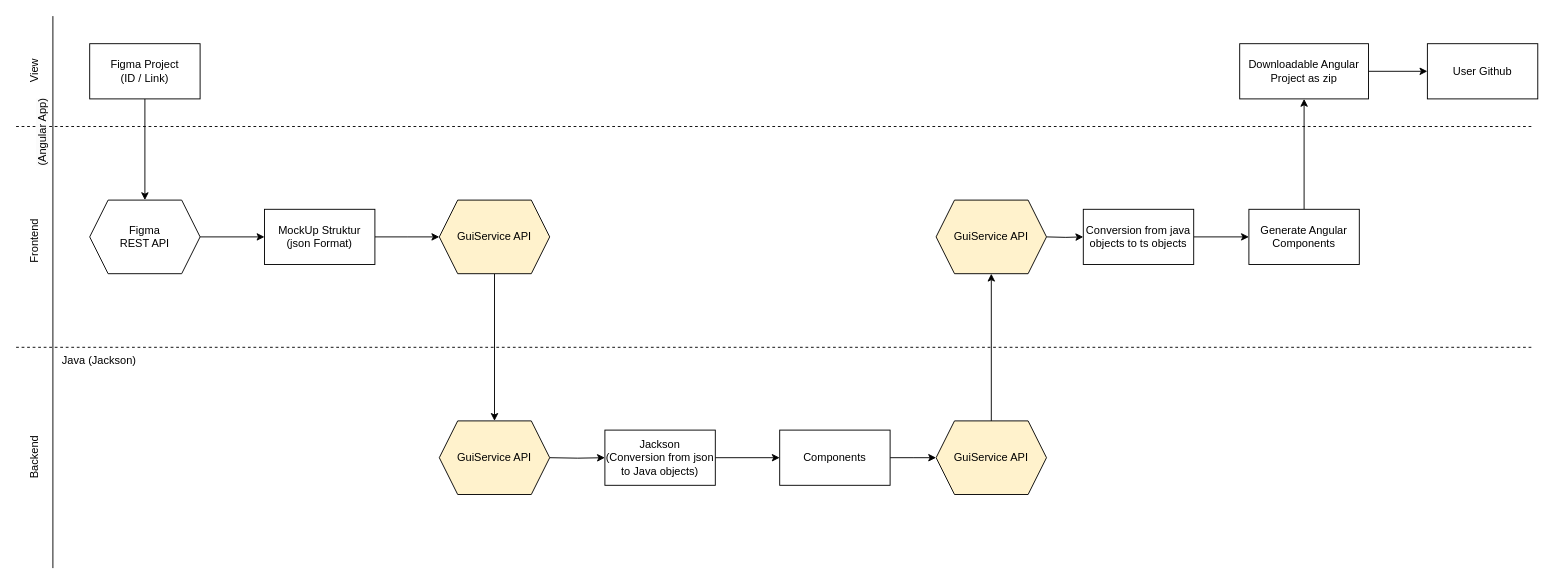
Before: diagrams/HighLevel_guiService.drawio in vlad961/gui-service, a draw.io diagram. Source tidied: cells renumbered, new cells numbered last; positions are measured from the earlier drawing's top-left corner, leaving out a move shared by most shapes. Both pictures are drawn from the tidied source at 92%, with x=0, y=0 at pixel (2, 16).
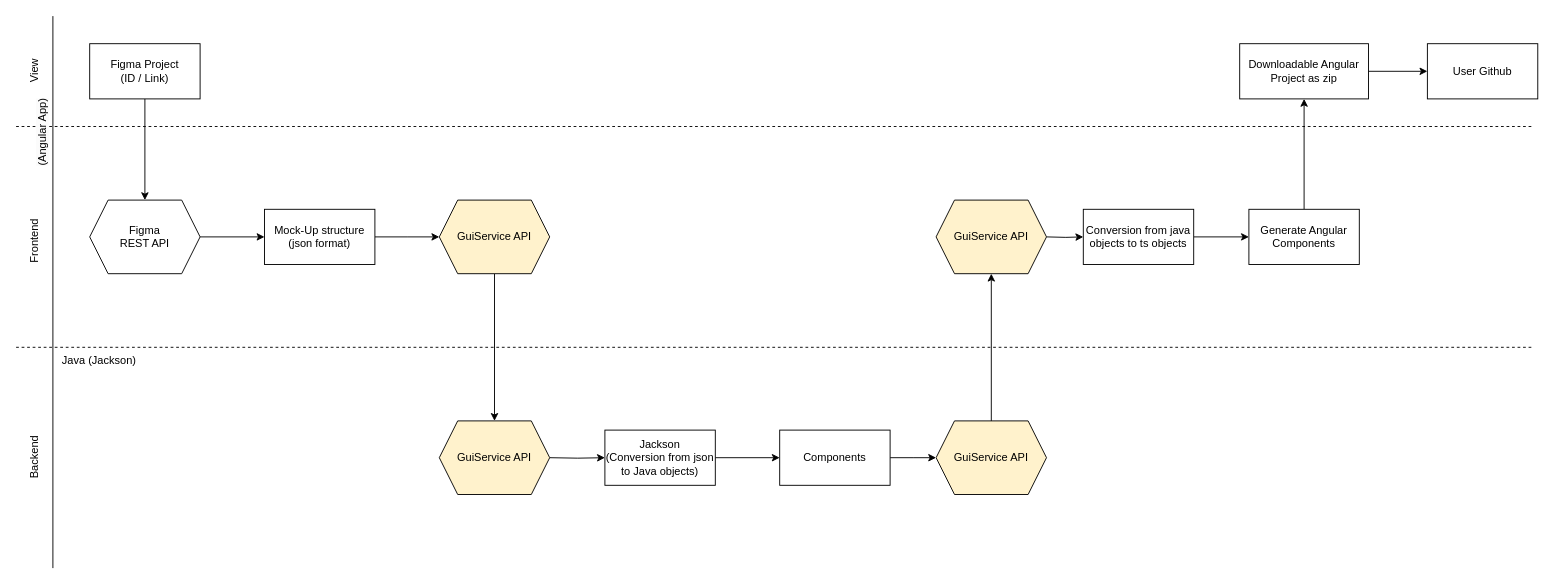
Above is the later version.

The edit, as a diff of the source:
```diff
@@
-    <mxCell id="23" value="MockUp Struktur&lt;br&gt;(json Format)" style="rounded=0;whiteSpace=wrap;html=1;" parent="1" vertex="1">
+    <mxCell id="23" value="Mock-Up structure&lt;br&gt;(json format)" style="rounded=0;whiteSpace=wrap;html=1;" parent="1" vertex="1">
       <mxGeometry x="285" y="210" width="120" height="60" as="geometry" />
     </mxCell>
```
